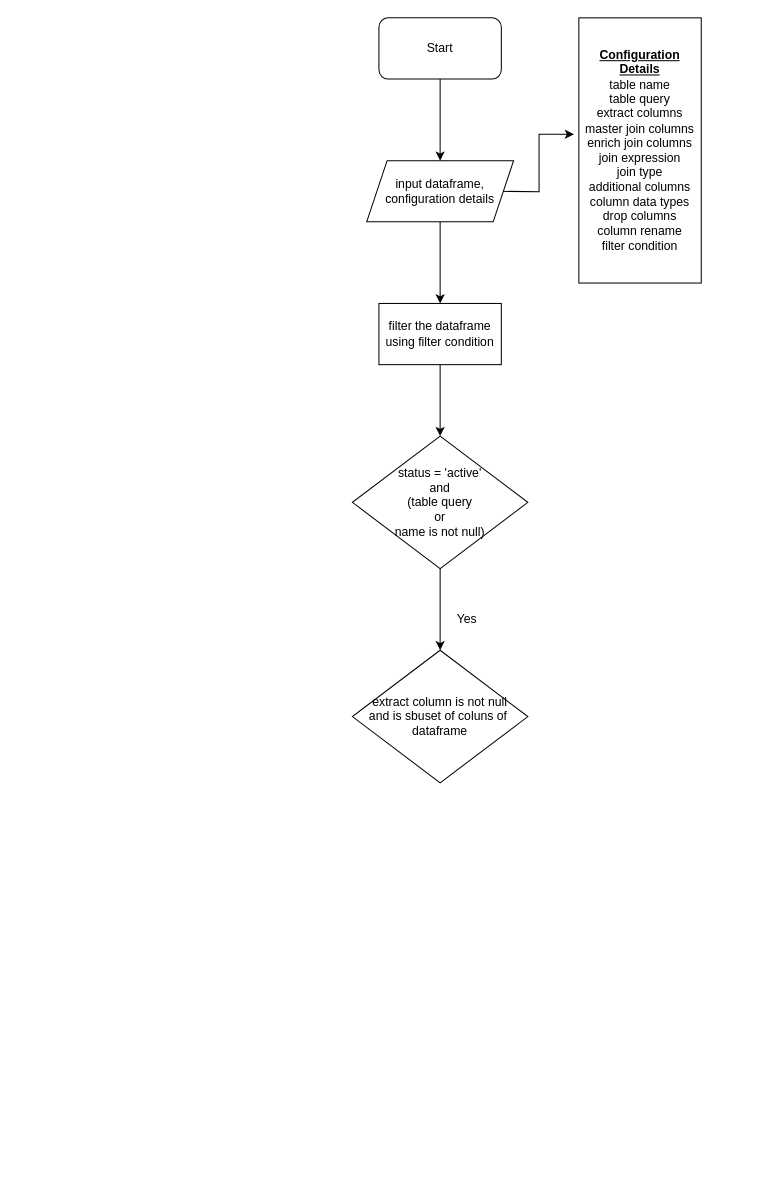
Before: page "enrichment" (2 of 2) of JSONParsing.drawio in praneethsai83/GenericProcessing, a draw.io diagram. Source tidied: cells renumbered, new cells numbered last; positions are measured from the earlier drawing's top-left corner, leaving out a move shared by most shapes. Both pictures are drawn from the tidied source at 102%, with x=0, y=0 at pixel (352, 17).
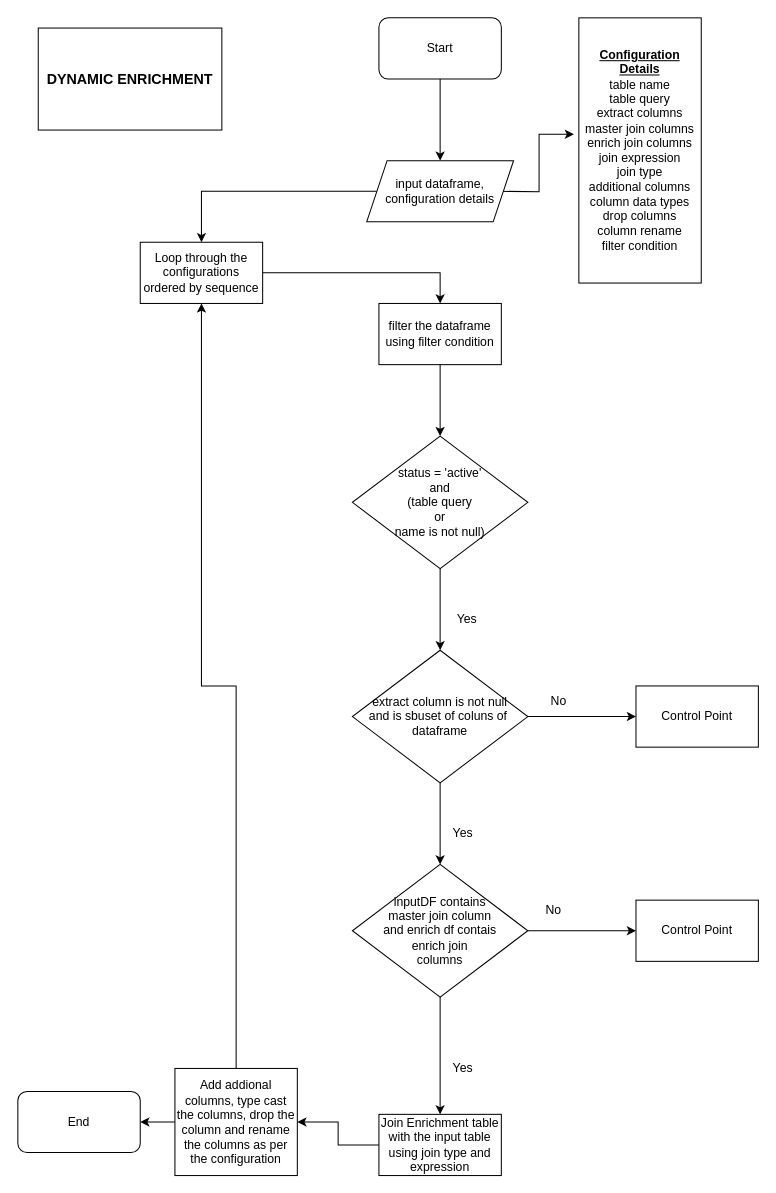
The same diagram, later.

The change refers to these unchanged cells:
```xml
<mxCell id="7" value="input dataframe, configuration details" style="shape=parallelogram;perimeter=parallelogramPerimeter;whiteSpace=wrap;html=1;fixedSize=1;" parent="1" vertex="1">
  <mxGeometry x="14" y="140" width="144" height="60" as="geometry" />
</mxCell>
<mxCell id="9" value="filter the dataframe using filter condition" style="whiteSpace=wrap;html=1;" parent="1" vertex="1">
  <mxGeometry x="26" y="280" width="120" height="60" as="geometry" />
</mxCell>
<mxCell id="12" value="extract column is not null&lt;br&gt;and is sbuset of coluns of&amp;nbsp;&lt;br&gt;dataframe" style="rhombus;whiteSpace=wrap;html=1;" parent="1" vertex="1">
  <mxGeometry y="620" width="172" height="130" as="geometry" />
</mxCell>
```

Change to the diagram source:
```diff
@@
-    <mxCell id="6" style="edgeStyle=orthogonalEdgeStyle;rounded=0;jettySize=auto;html=1;" parent="1" edge="1" source="7" target="9">
-      <mxGeometry relative="1" as="geometry" />
-    </mxCell>
+    <mxCell id="14" style="edgeStyle=orthogonalEdgeStyle;rounded=0;jettySize=auto;html=1;exitX=0;exitY=0.5;exitDx=0;exitDy=0;entryX=0.5;entryY=0;entryDx=0;entryDy=0;" parent="1" edge="1" source="7" target="33">
+      <mxGeometry relative="1" as="geometry" />
+    </mxCell>
@@
+    <mxCell id="15" style="edgeStyle=orthogonalEdgeStyle;rounded=0;jettySize=auto;html=1;" parent="1" edge="1" source="12" target="19">
+      <mxGeometry relative="1" as="geometry" />
+    </mxCell>
+    <mxCell id="16" style="edgeStyle=orthogonalEdgeStyle;rounded=0;jettySize=auto;html=1;" parent="1" edge="1" source="12" target="21">
+      <mxGeometry relative="1" as="geometry" />
+    </mxCell>
@@
+    <mxCell id="17" style="edgeStyle=orthogonalEdgeStyle;rounded=0;jettySize=auto;html=1;" parent="1" edge="1" source="19" target="22">
+      <mxGeometry relative="1" as="geometry" />
+    </mxCell>
+    <mxCell id="18" style="edgeStyle=orthogonalEdgeStyle;rounded=0;jettySize=auto;html=1;" parent="1" edge="1" source="19" target="26">
+      <mxGeometry relative="1" as="geometry" />
+    </mxCell>
+    <mxCell id="19" value="inputDF contains &lt;br&gt;master&amp;nbsp;join column &lt;br&gt;and enrich df contais &lt;br&gt;enrich join &lt;br&gt;columns" style="rhombus;whiteSpace=wrap;html=1;" parent="1" vertex="1">
+      <mxGeometry y="830" width="172" height="130" as="geometry" />
+    </mxCell>
+    <mxCell id="20" value="Yes" style="text;html=1;align=center;verticalAlign=middle;strokeColor=none;" parent="1" vertex="1">
+      <mxGeometry x="93" y="790" width="30" height="20" as="geometry" />
+    </mxCell>
+    <mxCell id="21" value="Control Point" style="whiteSpace=wrap;html=1;" parent="1" vertex="1">
+      <mxGeometry x="278" y="655" width="120" height="60" as="geometry" />
+    </mxCell>
+    <mxCell id="22" value="Control Point" style="whiteSpace=wrap;html=1;" parent="1" vertex="1">
+      <mxGeometry x="278" y="865" width="120" height="60" as="geometry" />
+    </mxCell>
+    <mxCell id="23" value="No" style="text;html=1;align=center;verticalAlign=middle;strokeColor=none;" parent="1" vertex="1">
+      <mxGeometry x="187" y="660" width="30" height="20" as="geometry" />
+    </mxCell>
+    <mxCell id="24" value="No" style="text;html=1;align=center;verticalAlign=middle;strokeColor=none;" parent="1" vertex="1">
+      <mxGeometry x="182" y="865" width="30" height="20" as="geometry" />
+    </mxCell>
+    <mxCell id="25" style="edgeStyle=orthogonalEdgeStyle;rounded=0;jettySize=auto;html=1;" parent="1" edge="1" source="26" target="29">
+      <mxGeometry relative="1" as="geometry" />
+    </mxCell>
+    <mxCell id="26" value="Join Enrichment table with the input table using join type and expression" style="whiteSpace=wrap;html=1;" parent="1" vertex="1">
+      <mxGeometry x="26" y="1075" width="120" height="60" as="geometry" />
+    </mxCell>
+    <mxCell id="27" style="edgeStyle=orthogonalEdgeStyle;rounded=0;jettySize=auto;html=1;" parent="1" edge="1" source="29" target="31">
+      <mxGeometry relative="1" as="geometry" />
+    </mxCell>
+    <mxCell id="28" style="edgeStyle=orthogonalEdgeStyle;rounded=0;jettySize=auto;html=1;entryX=0.5;entryY=1;entryDx=0;entryDy=0;" parent="1" edge="1" source="29" target="33">
+      <mxGeometry relative="1" as="geometry" />
+    </mxCell>
+    <mxCell id="29" value="Add addional columns, type cast the columns, drop the column and rename the columns as per the configuration" style="whiteSpace=wrap;html=1;" parent="1" vertex="1">
+      <mxGeometry x="-174" y="1030" width="120" height="105" as="geometry" />
+    </mxCell>
+    <mxCell id="30" value="Yes" style="text;html=1;align=center;verticalAlign=middle;strokeColor=none;" parent="1" vertex="1">
+      <mxGeometry x="93" y="1020" width="30" height="20" as="geometry" />
+    </mxCell>
+    <mxCell id="31" value="End" style="rounded=1;whiteSpace=wrap;html=1;" parent="1" vertex="1">
+      <mxGeometry x="-328" y="1052.5" width="120" height="60" as="geometry" />
+    </mxCell>
+    <mxCell id="32" style="edgeStyle=orthogonalEdgeStyle;rounded=0;jettySize=auto;html=1;entryX=0.5;entryY=0;entryDx=0;entryDy=0;" parent="1" edge="1" source="33" target="9">
+      <mxGeometry relative="1" as="geometry" />
+    </mxCell>
+    <mxCell id="33" value="Loop through the configurations ordered by sequence" style="whiteSpace=wrap;html=1;" parent="1" vertex="1">
+      <mxGeometry x="-208" y="220" width="120" height="60" as="geometry" />
+    </mxCell>
+    <mxCell id="34" value="&lt;b&gt;&lt;font style=&quot;font-size: 14px&quot;&gt;DYNAMIC ENRICHMENT&lt;/font&gt;&lt;/b&gt;" style="whiteSpace=wrap;html=1;" parent="1" vertex="1">
+      <mxGeometry x="-308" y="10" width="180" height="100" as="geometry" />
+    </mxCell>
```
